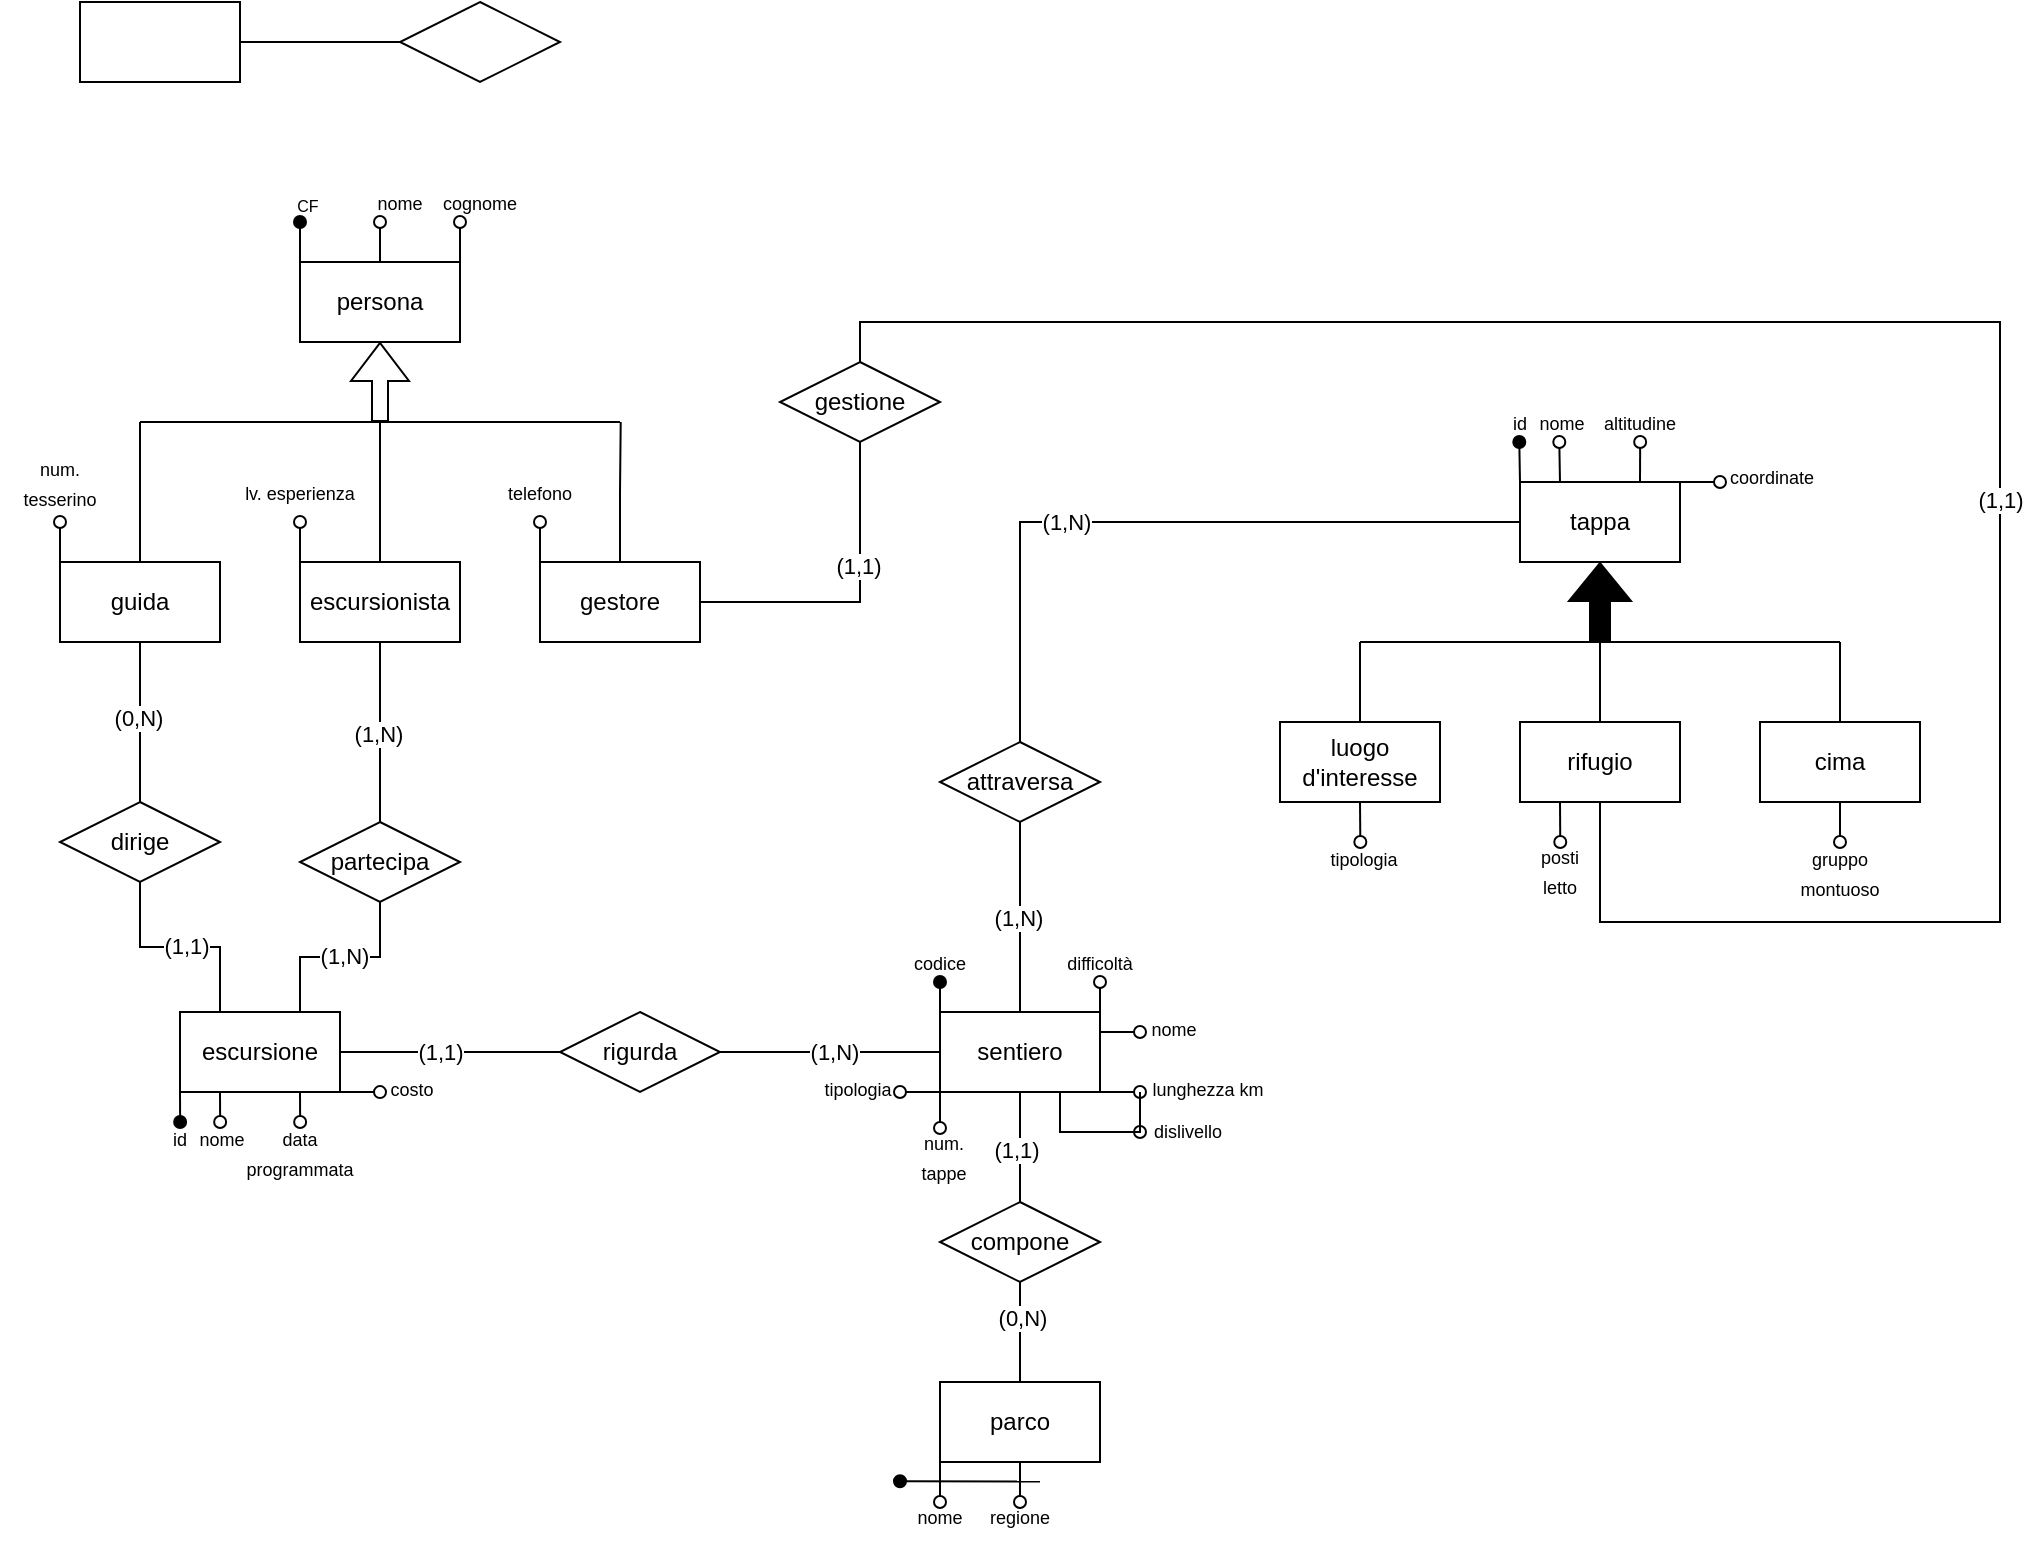
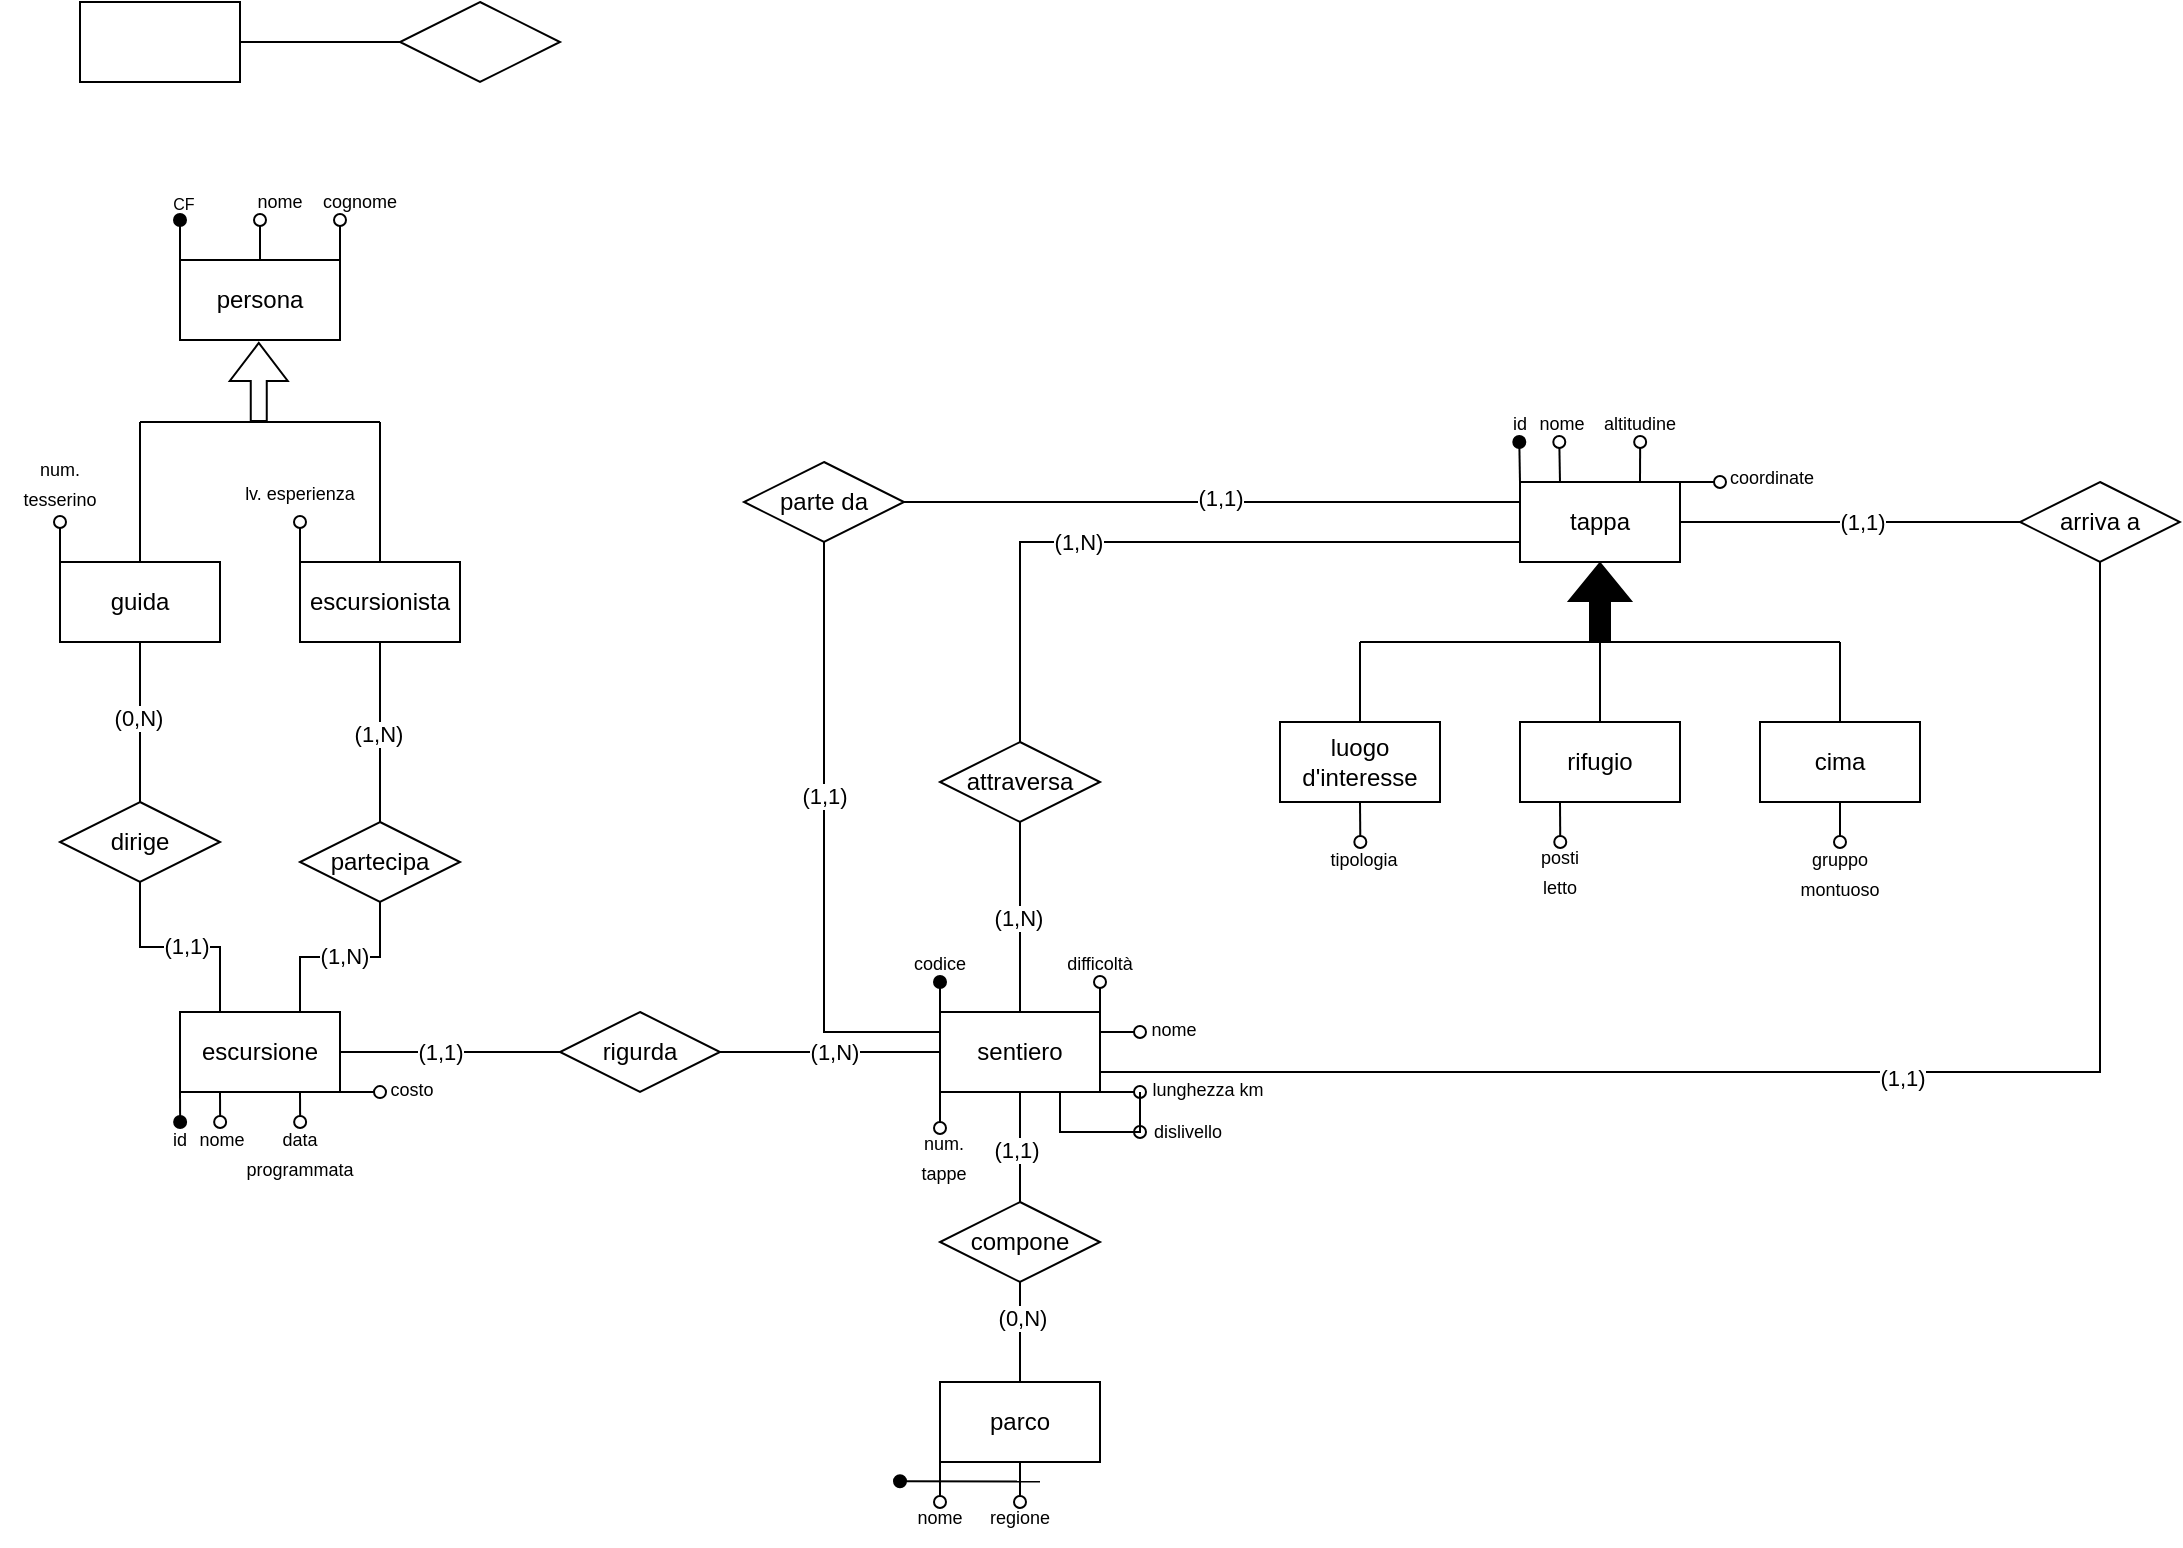
<mxfile host="app.diagrams.net">
  <diagram name="Pagina-1" id="CSESWwrJUxSe0sGHMO1a">
-     <mxGraphModel dx="1471" dy="753" grid="1" gridSize="10" guides="1" tooltips="1" connect="1" arrows="1" fold="1" page="1" pageScale="1" pageWidth="827" pageHeight="1169" math="0" shadow="0">
+     <mxGraphModel dx="1585" dy="811" grid="1" gridSize="10" guides="1" tooltips="1" connect="1" arrows="1" fold="1" page="1" pageScale="1" pageWidth="827" pageHeight="1169" math="0" shadow="0">
      <root>
        <mxCell id="0" />
        <mxCell id="1" parent="0" />
        <mxCell id="b_x4sNb3qKZ5kGKKdVE0-1" parent="1" style="rounded=0;whiteSpace=wrap;html=1;" value="" vertex="1">
          <mxGeometry height="40" width="80" x="80" y="80" as="geometry" />
        </mxCell>
        <mxCell id="b_x4sNb3qKZ5kGKKdVE0-2" parent="1" style="rhombus;whiteSpace=wrap;html=1;" value="" vertex="1">
          <mxGeometry height="40" width="80" x="240" y="80" as="geometry" />
        </mxCell>
        <mxCell id="b_x4sNb3qKZ5kGKKdVE0-3" edge="1" parent="1" source="b_x4sNb3qKZ5kGKKdVE0-1" style="endArrow=none;html=1;rounded=0;exitX=1;exitY=0.5;exitDx=0;exitDy=0;entryX=0;entryY=0.5;entryDx=0;entryDy=0;" target="b_x4sNb3qKZ5kGKKdVE0-2" value="">
          <mxGeometry height="50" relative="1" width="50" as="geometry">
            <Array as="points" />
            <mxPoint x="390" y="550" as="sourcePoint" />
            <mxPoint x="440" y="500" as="targetPoint" />
          </mxGeometry>
        </mxCell>
        <mxCell id="YPSTUEnGd_TaNEYFvyAr-14" edge="1" parent="1" source="b_x4sNb3qKZ5kGKKdVE0-4" style="edgeStyle=orthogonalEdgeStyle;rounded=0;orthogonalLoop=1;jettySize=auto;html=1;exitX=0;exitY=0;exitDx=0;exitDy=0;endArrow=oval;endFill=1;">
          <mxGeometry relative="1" as="geometry">
-             <mxPoint x="190" y="190" as="targetPoint" />
+             <mxPoint x="130" y="189" as="targetPoint" />
          </mxGeometry>
        </mxCell>
        <mxCell id="YPSTUEnGd_TaNEYFvyAr-17" edge="1" parent="1" source="b_x4sNb3qKZ5kGKKdVE0-4" style="edgeStyle=orthogonalEdgeStyle;rounded=0;orthogonalLoop=1;jettySize=auto;html=1;exitX=1;exitY=0;exitDx=0;exitDy=0;endArrow=oval;endFill=0;">
          <mxGeometry relative="1" as="geometry">
-             <mxPoint x="270" y="190" as="targetPoint" />
+             <mxPoint x="210" y="189" as="targetPoint" />
          </mxGeometry>
        </mxCell>
        <mxCell id="YPSTUEnGd_TaNEYFvyAr-18" edge="1" parent="1" source="b_x4sNb3qKZ5kGKKdVE0-4" style="edgeStyle=orthogonalEdgeStyle;rounded=0;orthogonalLoop=1;jettySize=auto;html=1;exitX=0.5;exitY=0;exitDx=0;exitDy=0;endArrow=oval;endFill=0;">
          <mxGeometry relative="1" as="geometry">
-             <mxPoint x="230" y="190" as="targetPoint" />
+             <mxPoint x="170" y="189" as="targetPoint" />
          </mxGeometry>
        </mxCell>
        <mxCell id="b_x4sNb3qKZ5kGKKdVE0-4" parent="1" style="rounded=0;whiteSpace=wrap;html=1;" value="persona" vertex="1">
-           <mxGeometry height="40" width="80" x="190" y="210" as="geometry" />
-         </mxCell>
-         <mxCell id="b_x4sNb3qKZ5kGKKdVE0-7" edge="1" parent="1" style="shape=flexArrow;endArrow=classic;html=1;rounded=0;entryX=0.5;entryY=1;entryDx=0;entryDy=0;width=8;endSize=6;" target="b_x4sNb3qKZ5kGKKdVE0-4" value="">
-           <mxGeometry height="50" relative="1" width="50" as="geometry">
-             <mxPoint x="230" y="290" as="sourcePoint" />
-             <mxPoint x="460" y="510" as="targetPoint" />
+           <mxGeometry height="40" width="80" x="130" y="209" as="geometry" />
+         </mxCell>
+         <mxCell id="b_x4sNb3qKZ5kGKKdVE0-7" edge="1" parent="1" style="shape=flexArrow;endArrow=classic;html=1;rounded=0;entryX=0.5;entryY=1;entryDx=0;entryDy=0;width=8;endSize=6;" value="">
+           <mxGeometry height="50" relative="1" width="50" as="geometry">
+             <mxPoint x="169.38" y="290" as="sourcePoint" />
+             <mxPoint x="169.38" y="250" as="targetPoint" />
          </mxGeometry>
        </mxCell>
        <mxCell id="b_x4sNb3qKZ5kGKKdVE0-8" edge="1" parent="1" style="endArrow=none;html=1;rounded=0;" value="">
          <mxGeometry height="50" relative="1" width="50" as="geometry">
            <mxPoint x="110" y="290" as="sourcePoint" />
-             <mxPoint x="350" y="290" as="targetPoint" />
+             <mxPoint x="230" y="290" as="targetPoint" />
          </mxGeometry>
        </mxCell>
        <mxCell id="b_x4sNb3qKZ5kGKKdVE0-25" edge="1" parent="1" source="b_x4sNb3qKZ5kGKKdVE0-9" style="edgeStyle=orthogonalEdgeStyle;rounded=0;orthogonalLoop=1;jettySize=auto;html=1;exitX=0.5;exitY=1;exitDx=0;exitDy=0;entryX=0.5;entryY=0;entryDx=0;entryDy=0;endArrow=none;endFill=0;" target="b_x4sNb3qKZ5kGKKdVE0-22">
          <mxGeometry relative="1" as="geometry" />
        </mxCell>
        <mxCell id="b_x4sNb3qKZ5kGKKdVE0-33" connectable="0" parent="b_x4sNb3qKZ5kGKKdVE0-25" style="edgeLabel;html=1;align=center;verticalAlign=middle;resizable=0;points=[];" value="(0,N)" vertex="1">
          <mxGeometry relative="1" x="-0.055" y="-1" as="geometry">
            <mxPoint as="offset" />
          </mxGeometry>
        </mxCell>
        <mxCell id="YPSTUEnGd_TaNEYFvyAr-23" edge="1" parent="1" source="b_x4sNb3qKZ5kGKKdVE0-9" style="edgeStyle=orthogonalEdgeStyle;rounded=0;orthogonalLoop=1;jettySize=auto;html=1;exitX=0;exitY=0;exitDx=0;exitDy=0;endArrow=oval;endFill=0;">
          <mxGeometry relative="1" as="geometry">
            <mxPoint x="70" y="340" as="targetPoint" />
          </mxGeometry>
        </mxCell>
        <mxCell id="b_x4sNb3qKZ5kGKKdVE0-9" parent="1" style="rounded=0;whiteSpace=wrap;html=1;" value="guida" vertex="1">
          <mxGeometry height="40" width="80" x="70" y="360" as="geometry" />
        </mxCell>
        <mxCell id="b_x4sNb3qKZ5kGKKdVE0-24" edge="1" parent="1" source="b_x4sNb3qKZ5kGKKdVE0-10" style="edgeStyle=orthogonalEdgeStyle;rounded=0;orthogonalLoop=1;jettySize=auto;html=1;exitX=0.5;exitY=1;exitDx=0;exitDy=0;entryX=0.5;entryY=0;entryDx=0;entryDy=0;endArrow=none;endFill=0;" target="b_x4sNb3qKZ5kGKKdVE0-23">
          <mxGeometry relative="1" as="geometry" />
        </mxCell>
        <mxCell id="b_x4sNb3qKZ5kGKKdVE0-34" connectable="0" parent="b_x4sNb3qKZ5kGKKdVE0-24" style="edgeLabel;html=1;align=center;verticalAlign=middle;resizable=0;points=[];" value="(1,N)" vertex="1">
          <mxGeometry relative="1" x="0.02" y="-1" as="geometry">
            <mxPoint as="offset" />
          </mxGeometry>
        </mxCell>
        <mxCell id="YPSTUEnGd_TaNEYFvyAr-25" edge="1" parent="1" source="b_x4sNb3qKZ5kGKKdVE0-10" style="edgeStyle=orthogonalEdgeStyle;rounded=0;orthogonalLoop=1;jettySize=auto;html=1;exitX=0;exitY=0;exitDx=0;exitDy=0;endArrow=oval;endFill=0;">
          <mxGeometry relative="1" as="geometry">
            <mxPoint x="190" y="340" as="targetPoint" />
          </mxGeometry>
        </mxCell>
        <mxCell id="b_x4sNb3qKZ5kGKKdVE0-10" parent="1" style="rounded=0;whiteSpace=wrap;html=1;" value="escursionista" vertex="1">
          <mxGeometry height="40" width="80" x="190" y="360" as="geometry" />
        </mxCell>
        <mxCell id="b_x4sNb3qKZ5kGKKdVE0-11" edge="1" parent="1" source="b_x4sNb3qKZ5kGKKdVE0-10" style="endArrow=none;html=1;rounded=0;exitX=0.5;exitY=0;exitDx=0;exitDy=0;" value="">
          <mxGeometry height="50" relative="1" width="50" as="geometry">
            <mxPoint x="440" y="590" as="sourcePoint" />
            <mxPoint x="230" y="290" as="targetPoint" />
          </mxGeometry>
        </mxCell>
        <mxCell id="b_x4sNb3qKZ5kGKKdVE0-12" edge="1" parent="1" source="b_x4sNb3qKZ5kGKKdVE0-9" style="endArrow=none;html=1;rounded=0;exitX=0.5;exitY=0;exitDx=0;exitDy=0;" value="">
          <mxGeometry height="50" relative="1" width="50" as="geometry">
            <mxPoint x="440" y="590" as="sourcePoint" />
            <mxPoint x="110" y="290" as="targetPoint" />
          </mxGeometry>
        </mxCell>
        <mxCell id="b_x4sNb3qKZ5kGKKdVE0-30" edge="1" parent="1" source="b_x4sNb3qKZ5kGKKdVE0-22" style="edgeStyle=orthogonalEdgeStyle;rounded=0;orthogonalLoop=1;jettySize=auto;html=1;exitX=0.5;exitY=1;exitDx=0;exitDy=0;entryX=0.25;entryY=0;entryDx=0;entryDy=0;endArrow=none;endFill=0;" target="b_x4sNb3qKZ5kGKKdVE0-27">
          <mxGeometry relative="1" as="geometry" />
        </mxCell>
        <mxCell id="b_x4sNb3qKZ5kGKKdVE0-32" connectable="0" parent="b_x4sNb3qKZ5kGKKdVE0-30" style="edgeLabel;html=1;align=center;verticalAlign=middle;resizable=0;points=[];" value="(1,1)" vertex="1">
          <mxGeometry relative="1" x="0.0467" y="1" as="geometry">
            <mxPoint as="offset" />
          </mxGeometry>
        </mxCell>
        <mxCell id="b_x4sNb3qKZ5kGKKdVE0-22" parent="1" style="rhombus;whiteSpace=wrap;html=1;" value="dirige" vertex="1">
          <mxGeometry height="40" width="80" x="70" y="480" as="geometry" />
        </mxCell>
        <mxCell id="b_x4sNb3qKZ5kGKKdVE0-29" edge="1" parent="1" source="b_x4sNb3qKZ5kGKKdVE0-23" style="edgeStyle=orthogonalEdgeStyle;rounded=0;orthogonalLoop=1;jettySize=auto;html=1;exitX=0.5;exitY=1;exitDx=0;exitDy=0;entryX=0.75;entryY=0;entryDx=0;entryDy=0;endArrow=none;endFill=0;" target="b_x4sNb3qKZ5kGKKdVE0-27">
          <mxGeometry relative="1" as="geometry">
            <mxPoint x="340" y="560" as="targetPoint" />
          </mxGeometry>
        </mxCell>
        <mxCell id="b_x4sNb3qKZ5kGKKdVE0-31" connectable="0" parent="b_x4sNb3qKZ5kGKKdVE0-29" style="edgeLabel;html=1;align=center;verticalAlign=middle;resizable=0;points=[];" value="(1,N)" vertex="1">
          <mxGeometry relative="1" x="-0.0467" y="-1" as="geometry">
            <mxPoint as="offset" />
          </mxGeometry>
        </mxCell>
        <mxCell id="b_x4sNb3qKZ5kGKKdVE0-23" parent="1" style="rhombus;whiteSpace=wrap;html=1;" value="partecipa" vertex="1">
          <mxGeometry height="40" width="80" x="190" y="490" as="geometry" />
        </mxCell>
        <mxCell id="b_x4sNb3qKZ5kGKKdVE0-37" edge="1" parent="1" source="b_x4sNb3qKZ5kGKKdVE0-27" style="edgeStyle=orthogonalEdgeStyle;rounded=0;orthogonalLoop=1;jettySize=auto;html=1;exitX=1;exitY=0.5;exitDx=0;exitDy=0;entryX=0;entryY=0.5;entryDx=0;entryDy=0;endArrow=none;endFill=0;" target="b_x4sNb3qKZ5kGKKdVE0-36">
          <mxGeometry relative="1" as="geometry" />
        </mxCell>
        <mxCell id="b_x4sNb3qKZ5kGKKdVE0-38" connectable="0" parent="b_x4sNb3qKZ5kGKKdVE0-37" style="edgeLabel;html=1;align=center;verticalAlign=middle;resizable=0;points=[];" value="(1,1)" vertex="1">
          <mxGeometry relative="1" x="-0.0986" as="geometry">
            <mxPoint as="offset" />
          </mxGeometry>
        </mxCell>
        <mxCell id="YPSTUEnGd_TaNEYFvyAr-58" edge="1" parent="1" source="b_x4sNb3qKZ5kGKKdVE0-27" style="edgeStyle=orthogonalEdgeStyle;rounded=0;orthogonalLoop=1;jettySize=auto;html=1;exitX=0;exitY=1;exitDx=0;exitDy=0;endArrow=oval;endFill=1;">
          <mxGeometry relative="1" as="geometry">
            <mxPoint x="130.07228915662648" y="640" as="targetPoint" />
          </mxGeometry>
        </mxCell>
        <mxCell id="YPSTUEnGd_TaNEYFvyAr-60" edge="1" parent="1" source="b_x4sNb3qKZ5kGKKdVE0-27" style="edgeStyle=orthogonalEdgeStyle;rounded=0;orthogonalLoop=1;jettySize=auto;html=1;exitX=0.25;exitY=1;exitDx=0;exitDy=0;endArrow=oval;endFill=0;">
          <mxGeometry relative="1" as="geometry">
            <mxPoint x="150.07228915662648" y="640" as="targetPoint" />
          </mxGeometry>
        </mxCell>
        <mxCell id="YPSTUEnGd_TaNEYFvyAr-62" edge="1" parent="1" source="b_x4sNb3qKZ5kGKKdVE0-27" style="edgeStyle=orthogonalEdgeStyle;rounded=0;orthogonalLoop=1;jettySize=auto;html=1;exitX=0.75;exitY=1;exitDx=0;exitDy=0;endArrow=oval;endFill=0;">
          <mxGeometry relative="1" as="geometry">
            <mxPoint x="190.07228915662648" y="640" as="targetPoint" />
          </mxGeometry>
        </mxCell>
        <mxCell id="YPSTUEnGd_TaNEYFvyAr-64" edge="1" parent="1" source="b_x4sNb3qKZ5kGKKdVE0-27" style="edgeStyle=orthogonalEdgeStyle;rounded=0;orthogonalLoop=1;jettySize=auto;html=1;exitX=1;exitY=1;exitDx=0;exitDy=0;endArrow=oval;endFill=0;">
          <mxGeometry relative="1" as="geometry">
            <mxPoint x="230" y="625.0481927710842" as="targetPoint" />
          </mxGeometry>
        </mxCell>
        <mxCell id="b_x4sNb3qKZ5kGKKdVE0-27" parent="1" style="rounded=0;whiteSpace=wrap;html=1;" value="escursione" vertex="1">
          <mxGeometry height="40" width="80" x="130" y="585" as="geometry" />
        </mxCell>
        <mxCell id="b_x4sNb3qKZ5kGKKdVE0-45" edge="1" parent="1" source="b_x4sNb3qKZ5kGKKdVE0-35" style="edgeStyle=orthogonalEdgeStyle;rounded=0;orthogonalLoop=1;jettySize=auto;html=1;endArrow=none;endFill=0;" target="b_x4sNb3qKZ5kGKKdVE0-43" value="">
          <mxGeometry relative="1" as="geometry" />
        </mxCell>
        <mxCell id="b_x4sNb3qKZ5kGKKdVE0-47" connectable="0" parent="b_x4sNb3qKZ5kGKKdVE0-45" style="edgeLabel;html=1;align=center;verticalAlign=middle;resizable=0;points=[];" value="(1,N)" vertex="1">
          <mxGeometry relative="1" x="0.005" y="1" as="geometry">
            <mxPoint as="offset" />
          </mxGeometry>
        </mxCell>
        <mxCell id="YPSTUEnGd_TaNEYFvyAr-37" edge="1" parent="1" source="b_x4sNb3qKZ5kGKKdVE0-35" style="edgeStyle=orthogonalEdgeStyle;rounded=0;orthogonalLoop=1;jettySize=auto;html=1;exitX=0;exitY=0;exitDx=0;exitDy=0;endArrow=oval;endFill=1;">
          <mxGeometry relative="1" as="geometry">
            <mxPoint x="510" y="570" as="targetPoint" />
          </mxGeometry>
        </mxCell>
        <mxCell id="YPSTUEnGd_TaNEYFvyAr-39" edge="1" parent="1" source="b_x4sNb3qKZ5kGKKdVE0-35" style="edgeStyle=orthogonalEdgeStyle;rounded=0;orthogonalLoop=1;jettySize=auto;html=1;exitX=1;exitY=0;exitDx=0;exitDy=0;endArrow=oval;endFill=0;">
          <mxGeometry relative="1" as="geometry">
            <mxPoint x="590" y="570" as="targetPoint" />
          </mxGeometry>
        </mxCell>
        <mxCell id="YPSTUEnGd_TaNEYFvyAr-41" edge="1" parent="1" source="b_x4sNb3qKZ5kGKKdVE0-35" style="edgeStyle=orthogonalEdgeStyle;rounded=0;orthogonalLoop=1;jettySize=auto;html=1;exitX=1;exitY=0.25;exitDx=0;exitDy=0;endArrow=oval;endFill=0;">
          <mxGeometry relative="1" as="geometry">
            <mxPoint x="610" y="595" as="targetPoint" />
          </mxGeometry>
        </mxCell>
        <mxCell id="YPSTUEnGd_TaNEYFvyAr-43" edge="1" parent="1" source="b_x4sNb3qKZ5kGKKdVE0-35" style="edgeStyle=orthogonalEdgeStyle;rounded=0;orthogonalLoop=1;jettySize=auto;html=1;exitX=1;exitY=1;exitDx=0;exitDy=0;endArrow=oval;endFill=0;">
          <mxGeometry relative="1" as="geometry">
            <mxPoint x="610" y="625" as="targetPoint" />
          </mxGeometry>
        </mxCell>
        <mxCell id="YPSTUEnGd_TaNEYFvyAr-46" edge="1" parent="1" source="b_x4sNb3qKZ5kGKKdVE0-35" style="edgeStyle=orthogonalEdgeStyle;rounded=0;orthogonalLoop=1;jettySize=auto;html=1;exitX=0.75;exitY=1;exitDx=0;exitDy=0;endArrow=oval;endFill=0;">
          <mxGeometry relative="1" as="geometry">
            <mxPoint x="610" y="645" as="targetPoint" />
          </mxGeometry>
        </mxCell>
-         <mxCell id="YPSTUEnGd_TaNEYFvyAr-66" edge="1" parent="1" source="b_x4sNb3qKZ5kGKKdVE0-35" style="edgeStyle=orthogonalEdgeStyle;rounded=0;orthogonalLoop=1;jettySize=auto;html=1;exitX=0;exitY=1;exitDx=0;exitDy=0;endArrow=oval;endFill=0;">
-           <mxGeometry relative="1" as="geometry">
-             <mxPoint x="490" y="625" as="targetPoint" />
-           </mxGeometry>
-         </mxCell>
        <mxCell id="YPSTUEnGd_TaNEYFvyAr-71" edge="1" parent="1" style="edgeStyle=orthogonalEdgeStyle;rounded=0;orthogonalLoop=1;jettySize=auto;html=1;exitX=0;exitY=1;exitDx=0;exitDy=0;endArrow=oval;endFill=0;">
          <mxGeometry relative="1" as="geometry">
            <mxPoint x="510" y="618" as="sourcePoint" />
            <mxPoint x="510" y="643" as="targetPoint" />
          </mxGeometry>
        </mxCell>
+         <mxCell id="YPSTUEnGd_TaNEYFvyAr-73" edge="1" parent="1" source="b_x4sNb3qKZ5kGKKdVE0-35" style="edgeStyle=orthogonalEdgeStyle;rounded=0;orthogonalLoop=1;jettySize=auto;html=1;exitX=0;exitY=0.25;exitDx=0;exitDy=0;endArrow=none;endFill=0;entryX=0.5;entryY=1;entryDx=0;entryDy=0;" target="YPSTUEnGd_TaNEYFvyAr-74">
+           <mxGeometry relative="1" as="geometry">
+             <mxPoint x="440" y="330" as="targetPoint" />
+           </mxGeometry>
+         </mxCell>
+         <mxCell id="YPSTUEnGd_TaNEYFvyAr-76" connectable="0" parent="YPSTUEnGd_TaNEYFvyAr-73" style="edgeLabel;html=1;align=center;verticalAlign=middle;resizable=0;points=[];" value="(1,1)" vertex="1">
+           <mxGeometry relative="1" x="0.1627" as="geometry">
+             <mxPoint as="offset" />
+           </mxGeometry>
+         </mxCell>
+         <mxCell id="YPSTUEnGd_TaNEYFvyAr-78" edge="1" parent="1" source="b_x4sNb3qKZ5kGKKdVE0-35" style="edgeStyle=orthogonalEdgeStyle;rounded=0;orthogonalLoop=1;jettySize=auto;html=1;exitX=1;exitY=0.75;exitDx=0;exitDy=0;entryX=0.5;entryY=1;entryDx=0;entryDy=0;endArrow=none;endFill=0;" target="YPSTUEnGd_TaNEYFvyAr-79">
+           <mxGeometry relative="1" as="geometry">
+             <mxPoint x="1100" y="615" as="targetPoint" />
+           </mxGeometry>
+         </mxCell>
+         <mxCell id="YPSTUEnGd_TaNEYFvyAr-80" connectable="0" parent="YPSTUEnGd_TaNEYFvyAr-78" style="edgeLabel;html=1;align=center;verticalAlign=middle;resizable=0;points=[];" value="(1,1)" vertex="1">
+           <mxGeometry relative="1" x="0.0624" y="-3" as="geometry">
+             <mxPoint as="offset" />
+           </mxGeometry>
+         </mxCell>
        <mxCell id="b_x4sNb3qKZ5kGKKdVE0-35" parent="1" style="rounded=0;whiteSpace=wrap;html=1;" value="sentiero" vertex="1">
          <mxGeometry height="40" width="80" x="510" y="585" as="geometry" />
        </mxCell>
        <mxCell id="b_x4sNb3qKZ5kGKKdVE0-39" edge="1" parent="1" source="b_x4sNb3qKZ5kGKKdVE0-36" style="edgeStyle=orthogonalEdgeStyle;rounded=0;orthogonalLoop=1;jettySize=auto;html=1;exitX=1;exitY=0.5;exitDx=0;exitDy=0;entryX=0;entryY=0.5;entryDx=0;entryDy=0;endArrow=none;endFill=0;" target="b_x4sNb3qKZ5kGKKdVE0-35">
          <mxGeometry relative="1" as="geometry" />
        </mxCell>
        <mxCell id="b_x4sNb3qKZ5kGKKdVE0-42" connectable="0" parent="b_x4sNb3qKZ5kGKKdVE0-39" style="edgeLabel;html=1;align=center;verticalAlign=middle;resizable=0;points=[];" value="(1,N)" vertex="1">
          <mxGeometry relative="1" x="0.0405" as="geometry">
            <mxPoint as="offset" />
          </mxGeometry>
        </mxCell>
        <mxCell id="b_x4sNb3qKZ5kGKKdVE0-36" parent="1" style="rhombus;whiteSpace=wrap;html=1;" value="rigurda" vertex="1">
          <mxGeometry height="40" width="80" x="320" y="585" as="geometry" />
        </mxCell>
-         <mxCell id="b_x4sNb3qKZ5kGKKdVE0-46" edge="1" parent="1" source="b_x4sNb3qKZ5kGKKdVE0-43" style="edgeStyle=orthogonalEdgeStyle;rounded=0;orthogonalLoop=1;jettySize=auto;html=1;exitX=0.5;exitY=0;exitDx=0;exitDy=0;entryX=0;entryY=0.5;entryDx=0;entryDy=0;endArrow=none;endFill=0;" target="b_x4sNb3qKZ5kGKKdVE0-44">
+         <mxCell id="b_x4sNb3qKZ5kGKKdVE0-46" edge="1" parent="1" source="b_x4sNb3qKZ5kGKKdVE0-43" style="edgeStyle=orthogonalEdgeStyle;rounded=0;orthogonalLoop=1;jettySize=auto;html=1;exitX=0.5;exitY=0;exitDx=0;exitDy=0;entryX=0;entryY=0.75;entryDx=0;entryDy=0;endArrow=none;endFill=0;" target="b_x4sNb3qKZ5kGKKdVE0-44">
          <mxGeometry relative="1" as="geometry" />
        </mxCell>
        <mxCell id="b_x4sNb3qKZ5kGKKdVE0-48" connectable="0" parent="b_x4sNb3qKZ5kGKKdVE0-46" style="edgeLabel;html=1;align=center;verticalAlign=middle;resizable=0;points=[];" value="(1,N)" vertex="1">
          <mxGeometry relative="1" x="-0.2644" as="geometry">
            <mxPoint as="offset" />
          </mxGeometry>
        </mxCell>
        <mxCell id="b_x4sNb3qKZ5kGKKdVE0-43" parent="1" style="rhombus;whiteSpace=wrap;html=1;" value="attraversa" vertex="1">
          <mxGeometry height="40" width="80" x="510" y="450" as="geometry" />
        </mxCell>
        <mxCell id="YPSTUEnGd_TaNEYFvyAr-48" edge="1" parent="1" source="b_x4sNb3qKZ5kGKKdVE0-44" style="edgeStyle=orthogonalEdgeStyle;rounded=0;orthogonalLoop=1;jettySize=auto;html=1;exitX=0;exitY=0;exitDx=0;exitDy=0;endArrow=oval;endFill=1;">
          <mxGeometry relative="1" as="geometry">
            <mxPoint x="799.6521739130435" y="300" as="targetPoint" />
          </mxGeometry>
        </mxCell>
        <mxCell id="YPSTUEnGd_TaNEYFvyAr-49" edge="1" parent="1" source="b_x4sNb3qKZ5kGKKdVE0-44" style="edgeStyle=orthogonalEdgeStyle;rounded=0;orthogonalLoop=1;jettySize=auto;html=1;exitX=0.25;exitY=0;exitDx=0;exitDy=0;endArrow=oval;endFill=0;">
          <mxGeometry relative="1" as="geometry">
            <mxPoint x="819.6521739130435" y="300" as="targetPoint" />
          </mxGeometry>
        </mxCell>
        <mxCell id="YPSTUEnGd_TaNEYFvyAr-52" edge="1" parent="1" source="b_x4sNb3qKZ5kGKKdVE0-44" style="edgeStyle=orthogonalEdgeStyle;rounded=0;orthogonalLoop=1;jettySize=auto;html=1;exitX=0.75;exitY=0;exitDx=0;exitDy=0;endArrow=oval;endFill=0;">
          <mxGeometry relative="1" as="geometry">
            <mxPoint x="860.0808080808081" y="300" as="targetPoint" />
          </mxGeometry>
        </mxCell>
        <mxCell id="YPSTUEnGd_TaNEYFvyAr-54" edge="1" parent="1" source="b_x4sNb3qKZ5kGKKdVE0-44" style="edgeStyle=orthogonalEdgeStyle;rounded=0;orthogonalLoop=1;jettySize=auto;html=1;exitX=1;exitY=0;exitDx=0;exitDy=0;endArrow=oval;endFill=0;">
          <mxGeometry relative="1" as="geometry">
            <mxPoint x="900" y="320.06060606060606" as="targetPoint" />
          </mxGeometry>
        </mxCell>
+         <mxCell id="YPSTUEnGd_TaNEYFvyAr-81" edge="1" parent="1" source="b_x4sNb3qKZ5kGKKdVE0-44" style="edgeStyle=orthogonalEdgeStyle;rounded=0;orthogonalLoop=1;jettySize=auto;html=1;exitX=1;exitY=0.5;exitDx=0;exitDy=0;endArrow=none;endFill=0;" target="YPSTUEnGd_TaNEYFvyAr-79">
+           <mxGeometry relative="1" as="geometry" />
+         </mxCell>
+         <mxCell id="YPSTUEnGd_TaNEYFvyAr-82" connectable="0" parent="YPSTUEnGd_TaNEYFvyAr-81" style="edgeLabel;html=1;align=center;verticalAlign=middle;resizable=0;points=[];" value="(1,1)" vertex="1">
+           <mxGeometry relative="1" x="0.0662" as="geometry">
+             <mxPoint as="offset" />
+           </mxGeometry>
+         </mxCell>
        <mxCell id="b_x4sNb3qKZ5kGKKdVE0-44" parent="1" style="rounded=0;whiteSpace=wrap;html=1;" value="tappa" vertex="1">
          <mxGeometry height="40" width="80" x="800" y="320" as="geometry" />
        </mxCell>
        <mxCell id="b_x4sNb3qKZ5kGKKdVE0-50" edge="1" parent="1" style="shape=flexArrow;endArrow=classic;html=1;rounded=0;entryX=0.5;entryY=1;entryDx=0;entryDy=0;fillColor=#000000;" target="b_x4sNb3qKZ5kGKKdVE0-44" value="">
          <mxGeometry height="50" relative="1" width="50" as="geometry">
            <mxPoint x="840" y="400" as="sourcePoint" />
            <mxPoint x="870" y="380" as="targetPoint" />
          </mxGeometry>
        </mxCell>
        <mxCell id="b_x4sNb3qKZ5kGKKdVE0-51" edge="1" parent="1" style="endArrow=none;html=1;rounded=0;" value="">
          <mxGeometry height="50" relative="1" width="50" as="geometry">
            <mxPoint x="720" y="400" as="sourcePoint" />
            <mxPoint x="960" y="400" as="targetPoint" />
          </mxGeometry>
        </mxCell>
        <mxCell id="b_x4sNb3qKZ5kGKKdVE0-52" edge="1" parent="1" source="b_x4sNb3qKZ5kGKKdVE0-63" style="endArrow=none;html=1;rounded=0;exitX=0.5;exitY=0;exitDx=0;exitDy=0;" value="">
          <mxGeometry height="50" relative="1" width="50" as="geometry">
            <mxPoint x="840" y="440" as="sourcePoint" />
            <mxPoint x="840" y="400" as="targetPoint" />
          </mxGeometry>
        </mxCell>
        <mxCell id="b_x4sNb3qKZ5kGKKdVE0-53" edge="1" parent="1" source="b_x4sNb3qKZ5kGKKdVE0-55" style="endArrow=none;html=1;rounded=0;exitX=0.5;exitY=0;exitDx=0;exitDy=0;" value="">
          <mxGeometry height="50" relative="1" width="50" as="geometry">
            <mxPoint x="780" y="420" as="sourcePoint" />
            <mxPoint x="720" y="400" as="targetPoint" />
          </mxGeometry>
        </mxCell>
        <mxCell id="b_x4sNb3qKZ5kGKKdVE0-54" edge="1" parent="1" source="b_x4sNb3qKZ5kGKKdVE0-62" style="endArrow=none;html=1;rounded=0;exitX=0.5;exitY=0;exitDx=0;exitDy=0;" value="">
          <mxGeometry height="50" relative="1" width="50" as="geometry">
            <mxPoint x="900" y="440" as="sourcePoint" />
            <mxPoint x="960" y="400" as="targetPoint" />
          </mxGeometry>
        </mxCell>
        <mxCell id="YPSTUEnGd_TaNEYFvyAr-69" edge="1" parent="1" source="b_x4sNb3qKZ5kGKKdVE0-55" style="edgeStyle=orthogonalEdgeStyle;rounded=0;orthogonalLoop=1;jettySize=auto;html=1;exitX=0.5;exitY=1;exitDx=0;exitDy=0;endArrow=oval;endFill=0;">
          <mxGeometry relative="1" as="geometry">
            <mxPoint x="720.1666666666667" y="500" as="targetPoint" />
          </mxGeometry>
        </mxCell>
        <mxCell id="b_x4sNb3qKZ5kGKKdVE0-55" parent="1" style="rounded=0;whiteSpace=wrap;html=1;" value="luogo d&#39;interesse" vertex="1">
          <mxGeometry height="40" width="80" x="680" y="440" as="geometry" />
        </mxCell>
        <mxCell id="YPSTUEnGd_TaNEYFvyAr-35" edge="1" parent="1" source="b_x4sNb3qKZ5kGKKdVE0-62" style="edgeStyle=orthogonalEdgeStyle;rounded=0;orthogonalLoop=1;jettySize=auto;html=1;exitX=0.5;exitY=1;exitDx=0;exitDy=0;endArrow=oval;endFill=0;">
          <mxGeometry relative="1" as="geometry">
            <mxPoint x="960" y="500" as="targetPoint" />
          </mxGeometry>
        </mxCell>
        <mxCell id="b_x4sNb3qKZ5kGKKdVE0-62" parent="1" style="rounded=0;whiteSpace=wrap;html=1;" value="cima" vertex="1">
          <mxGeometry height="40" width="80" x="920" y="440" as="geometry" />
        </mxCell>
        <mxCell id="YPSTUEnGd_TaNEYFvyAr-56" edge="1" parent="1" source="b_x4sNb3qKZ5kGKKdVE0-63" style="edgeStyle=orthogonalEdgeStyle;rounded=0;orthogonalLoop=1;jettySize=auto;html=1;exitX=0.25;exitY=1;exitDx=0;exitDy=0;endArrow=oval;endFill=0;">
          <mxGeometry relative="1" as="geometry">
            <mxPoint x="820.1304347826087" y="499.9999999999999" as="targetPoint" />
          </mxGeometry>
        </mxCell>
        <mxCell id="b_x4sNb3qKZ5kGKKdVE0-63" parent="1" style="rounded=0;whiteSpace=wrap;html=1;" value="rifugio" vertex="1">
          <mxGeometry height="40" width="80" x="800" y="440" as="geometry" />
        </mxCell>
        <mxCell id="YPSTUEnGd_TaNEYFvyAr-29" edge="1" parent="1" source="b_x4sNb3qKZ5kGKKdVE0-64" style="edgeStyle=orthogonalEdgeStyle;rounded=0;orthogonalLoop=1;jettySize=auto;html=1;exitX=0;exitY=1;exitDx=0;exitDy=0;endArrow=oval;endFill=0;">
          <mxGeometry relative="1" as="geometry">
            <mxPoint x="510" y="830" as="targetPoint" />
          </mxGeometry>
        </mxCell>
        <mxCell id="YPSTUEnGd_TaNEYFvyAr-31" edge="1" parent="1" source="b_x4sNb3qKZ5kGKKdVE0-64" style="edgeStyle=orthogonalEdgeStyle;rounded=0;orthogonalLoop=1;jettySize=auto;html=1;exitX=0.5;exitY=1;exitDx=0;exitDy=0;endArrow=oval;endFill=0;">
          <mxGeometry relative="1" as="geometry">
            <mxPoint x="550" y="830" as="targetPoint" />
          </mxGeometry>
        </mxCell>
        <mxCell id="b_x4sNb3qKZ5kGKKdVE0-64" parent="1" style="rounded=0;whiteSpace=wrap;html=1;" value="parco" vertex="1">
          <mxGeometry height="40" width="80" x="510" y="770" as="geometry" />
        </mxCell>
        <mxCell id="b_x4sNb3qKZ5kGKKdVE0-67" edge="1" parent="1" source="b_x4sNb3qKZ5kGKKdVE0-66" style="edgeStyle=orthogonalEdgeStyle;rounded=0;orthogonalLoop=1;jettySize=auto;html=1;exitX=0.5;exitY=1;exitDx=0;exitDy=0;entryX=0.5;entryY=0;entryDx=0;entryDy=0;endArrow=none;endFill=0;" target="b_x4sNb3qKZ5kGKKdVE0-64">
          <mxGeometry relative="1" as="geometry" />
        </mxCell>
        <mxCell id="b_x4sNb3qKZ5kGKKdVE0-71" connectable="0" parent="b_x4sNb3qKZ5kGKKdVE0-67" style="edgeLabel;html=1;align=center;verticalAlign=middle;resizable=0;points=[];" value="(0,N)" vertex="1">
          <mxGeometry relative="1" x="-0.2999" y="1" as="geometry">
            <mxPoint as="offset" />
          </mxGeometry>
        </mxCell>
        <mxCell id="b_x4sNb3qKZ5kGKKdVE0-68" edge="1" parent="1" source="b_x4sNb3qKZ5kGKKdVE0-66" style="edgeStyle=orthogonalEdgeStyle;rounded=0;orthogonalLoop=1;jettySize=auto;html=1;exitX=0.5;exitY=0;exitDx=0;exitDy=0;entryX=0.5;entryY=1;entryDx=0;entryDy=0;endArrow=none;endFill=0;" target="b_x4sNb3qKZ5kGKKdVE0-35">
          <mxGeometry relative="1" as="geometry" />
        </mxCell>
        <mxCell id="b_x4sNb3qKZ5kGKKdVE0-69" connectable="0" parent="b_x4sNb3qKZ5kGKKdVE0-68" style="edgeLabel;html=1;align=center;verticalAlign=middle;resizable=0;points=[];" value="(1,1)" vertex="1">
          <mxGeometry relative="1" x="-0.0572" y="2" as="geometry">
            <mxPoint as="offset" />
          </mxGeometry>
        </mxCell>
        <mxCell id="b_x4sNb3qKZ5kGKKdVE0-66" parent="1" style="rhombus;whiteSpace=wrap;html=1;" value="compone" vertex="1">
          <mxGeometry height="40" width="80" x="510" y="680" as="geometry" />
        </mxCell>
-         <mxCell id="YPSTUEnGd_TaNEYFvyAr-13" edge="1" parent="1" source="YPSTUEnGd_TaNEYFvyAr-2" style="edgeStyle=orthogonalEdgeStyle;rounded=0;orthogonalLoop=1;jettySize=auto;html=1;exitX=0.5;exitY=0;exitDx=0;exitDy=0;endArrow=none;endFill=0;">
-           <mxGeometry relative="1" as="geometry">
-             <mxPoint x="350.3529411764707" y="290" as="targetPoint" />
-           </mxGeometry>
-         </mxCell>
-         <mxCell id="YPSTUEnGd_TaNEYFvyAr-27" edge="1" parent="1" source="YPSTUEnGd_TaNEYFvyAr-2" style="edgeStyle=orthogonalEdgeStyle;rounded=0;orthogonalLoop=1;jettySize=auto;html=1;exitX=0;exitY=0;exitDx=0;exitDy=0;endArrow=oval;endFill=0;">
-           <mxGeometry relative="1" as="geometry">
-             <mxPoint x="310" y="340" as="targetPoint" />
-           </mxGeometry>
-         </mxCell>
-         <mxCell id="YPSTUEnGd_TaNEYFvyAr-2" parent="1" style="rounded=0;whiteSpace=wrap;html=1;" value="gestore" vertex="1">
-           <mxGeometry height="40" width="80" x="310" y="360" as="geometry" />
-         </mxCell>
-         <mxCell id="YPSTUEnGd_TaNEYFvyAr-5" edge="1" parent="1" source="YPSTUEnGd_TaNEYFvyAr-3" style="edgeStyle=orthogonalEdgeStyle;rounded=0;orthogonalLoop=1;jettySize=auto;html=1;exitX=0.5;exitY=0;exitDx=0;exitDy=0;entryX=0.5;entryY=1;entryDx=0;entryDy=0;endArrow=none;endFill=0;" target="b_x4sNb3qKZ5kGKKdVE0-63">
-           <mxGeometry relative="1" as="geometry">
-             <Array as="points">
-               <mxPoint x="470" y="240" />
-               <mxPoint x="1040" y="240" />
-               <mxPoint x="1040" y="540" />
-               <mxPoint x="840" y="540" />
-             </Array>
-           </mxGeometry>
-         </mxCell>
-         <mxCell id="YPSTUEnGd_TaNEYFvyAr-7" connectable="0" parent="YPSTUEnGd_TaNEYFvyAr-5" style="edgeLabel;html=1;align=center;verticalAlign=middle;resizable=0;points=[];" value="(1,1)" vertex="1">
-           <mxGeometry relative="1" x="0.18" as="geometry">
-             <mxPoint as="offset" />
-           </mxGeometry>
-         </mxCell>
-         <mxCell id="YPSTUEnGd_TaNEYFvyAr-3" parent="1" style="rhombus;whiteSpace=wrap;html=1;" value="gestione" vertex="1">
-           <mxGeometry height="40" width="80" x="430" y="260" as="geometry" />
-         </mxCell>
-         <mxCell id="YPSTUEnGd_TaNEYFvyAr-4" edge="1" parent="1" source="YPSTUEnGd_TaNEYFvyAr-2" style="endArrow=none;html=1;rounded=0;entryX=0.5;entryY=1;entryDx=0;entryDy=0;exitX=1;exitY=0.5;exitDx=0;exitDy=0;" target="YPSTUEnGd_TaNEYFvyAr-3" value="">
-           <mxGeometry height="50" relative="1" width="50" as="geometry">
-             <Array as="points">
-               <mxPoint x="470" y="380" />
-             </Array>
-             <mxPoint x="850" y="570" as="sourcePoint" />
-             <mxPoint x="1160" y="1020" as="targetPoint" />
-           </mxGeometry>
-         </mxCell>
-         <mxCell id="YPSTUEnGd_TaNEYFvyAr-6" connectable="0" parent="YPSTUEnGd_TaNEYFvyAr-4" style="edgeLabel;html=1;align=center;verticalAlign=middle;resizable=0;points=[];" value="(1,1)" vertex="1">
-           <mxGeometry relative="1" x="0.23" y="1" as="geometry">
-             <mxPoint as="offset" />
-           </mxGeometry>
-         </mxCell>
        <mxCell id="YPSTUEnGd_TaNEYFvyAr-15" parent="1" style="text;html=1;whiteSpace=wrap;strokeColor=none;fillColor=none;align=center;verticalAlign=middle;rounded=0;fontSize=8;" value="CF" vertex="1">
-           <mxGeometry height="20" width="40" x="174" y="171.5" as="geometry" />
+           <mxGeometry height="20" width="40" x="112" y="170.5" as="geometry" />
        </mxCell>
        <mxCell id="YPSTUEnGd_TaNEYFvyAr-19" parent="1" style="text;html=1;whiteSpace=wrap;strokeColor=none;fillColor=none;align=center;verticalAlign=middle;rounded=0;" value="&lt;font style=&quot;font-size: 9px;&quot;&gt;nome&lt;/font&gt;" vertex="1">
-           <mxGeometry height="20" width="40" x="220" y="170" as="geometry" />
+           <mxGeometry height="20" width="40" x="160" y="169" as="geometry" />
        </mxCell>
        <mxCell id="YPSTUEnGd_TaNEYFvyAr-20" parent="1" style="text;html=1;whiteSpace=wrap;strokeColor=none;fillColor=none;align=center;verticalAlign=middle;rounded=0;" value="&lt;font style=&quot;font-size: 9px;&quot;&gt;cognome&lt;/font&gt;" vertex="1">
-           <mxGeometry height="15" width="40" x="260" y="172.5" as="geometry" />
+           <mxGeometry height="15" width="40" x="200" y="171.5" as="geometry" />
        </mxCell>
        <mxCell id="YPSTUEnGd_TaNEYFvyAr-24" parent="1" style="text;html=1;whiteSpace=wrap;strokeColor=none;fillColor=none;align=center;verticalAlign=middle;rounded=0;" value="&lt;font style=&quot;font-size: 9px;&quot;&gt;num. tesserino&lt;/font&gt;" vertex="1">
          <mxGeometry height="20" width="60" x="40" y="310" as="geometry" />
        </mxCell>
        <mxCell id="YPSTUEnGd_TaNEYFvyAr-26" parent="1" style="text;html=1;whiteSpace=wrap;strokeColor=none;fillColor=none;align=center;verticalAlign=middle;rounded=0;" value="&lt;font style=&quot;font-size: 9px;&quot;&gt;lv. esperienza&lt;/font&gt;" vertex="1">
          <mxGeometry height="30" width="60" x="160" y="310" as="geometry" />
        </mxCell>
-         <mxCell id="YPSTUEnGd_TaNEYFvyAr-28" parent="1" style="text;html=1;whiteSpace=wrap;strokeColor=none;fillColor=none;align=center;verticalAlign=middle;rounded=0;" value="&lt;font style=&quot;font-size: 9px;&quot;&gt;telefono&lt;/font&gt;" vertex="1">
-           <mxGeometry height="30" width="60" x="280" y="310" as="geometry" />
-         </mxCell>
        <mxCell id="YPSTUEnGd_TaNEYFvyAr-30" parent="1" style="text;html=1;whiteSpace=wrap;strokeColor=none;fillColor=none;align=center;verticalAlign=middle;rounded=0;" value="&lt;font style=&quot;font-size: 9px;&quot;&gt;nome&lt;/font&gt;" vertex="1">
          <mxGeometry height="30" width="60" x="480" y="822" as="geometry" />
        </mxCell>
        <mxCell id="YPSTUEnGd_TaNEYFvyAr-32" parent="1" style="text;html=1;whiteSpace=wrap;strokeColor=none;fillColor=none;align=center;verticalAlign=middle;rounded=0;" value="&lt;font style=&quot;font-size: 9px;&quot;&gt;regione&lt;/font&gt;" vertex="1">
          <mxGeometry height="30" width="60" x="520" y="822" as="geometry" />
        </mxCell>
        <mxCell id="YPSTUEnGd_TaNEYFvyAr-34" edge="1" parent="1" style="endArrow=none;html=1;rounded=0;startArrow=oval;startFill=1;" value="">
          <mxGeometry height="50" relative="1" width="50" as="geometry">
            <mxPoint x="490" y="819.5999999999999" as="sourcePoint" />
            <mxPoint x="560" y="819.8" as="targetPoint" />
          </mxGeometry>
        </mxCell>
        <mxCell id="YPSTUEnGd_TaNEYFvyAr-36" parent="1" style="text;html=1;whiteSpace=wrap;strokeColor=none;fillColor=none;align=center;verticalAlign=middle;rounded=0;" value="&lt;font style=&quot;font-size: 9px;&quot;&gt;gruppo montuoso&lt;/font&gt;" vertex="1">
          <mxGeometry height="30" width="60" x="930" y="500" as="geometry" />
        </mxCell>
        <mxCell id="YPSTUEnGd_TaNEYFvyAr-38" parent="1" style="text;html=1;whiteSpace=wrap;strokeColor=none;fillColor=none;align=center;verticalAlign=middle;rounded=0;" value="&lt;font style=&quot;font-size: 9px;&quot;&gt;codice&lt;/font&gt;" vertex="1">
          <mxGeometry height="20" width="40" x="490" y="550" as="geometry" />
        </mxCell>
        <mxCell id="YPSTUEnGd_TaNEYFvyAr-40" parent="1" style="text;html=1;whiteSpace=wrap;strokeColor=none;fillColor=none;align=center;verticalAlign=middle;rounded=0;" value="&lt;font style=&quot;font-size: 9px;&quot;&gt;difficoltà&lt;/font&gt;" vertex="1">
          <mxGeometry height="20" width="60" x="560" y="550" as="geometry" />
        </mxCell>
        <mxCell id="YPSTUEnGd_TaNEYFvyAr-42" parent="1" style="text;html=1;whiteSpace=wrap;strokeColor=none;fillColor=none;align=center;verticalAlign=middle;rounded=0;" value="&lt;font style=&quot;font-size: 9px;&quot;&gt;nome&lt;/font&gt;" vertex="1">
          <mxGeometry height="20" width="40" x="607" y="583" as="geometry" />
        </mxCell>
        <mxCell id="YPSTUEnGd_TaNEYFvyAr-44" parent="1" style="text;html=1;whiteSpace=wrap;strokeColor=none;fillColor=none;align=center;verticalAlign=middle;rounded=0;" value="&lt;font style=&quot;font-size: 9px;&quot;&gt;lunghezza km&lt;/font&gt;" vertex="1">
          <mxGeometry height="20" width="60" x="614" y="613" as="geometry" />
        </mxCell>
        <mxCell id="YPSTUEnGd_TaNEYFvyAr-47" parent="1" style="text;html=1;whiteSpace=wrap;strokeColor=none;fillColor=none;align=center;verticalAlign=middle;rounded=0;" value="&lt;font style=&quot;font-size: 9px;&quot;&gt;dislivello&lt;/font&gt;" vertex="1">
          <mxGeometry height="30" width="60" x="604" y="629" as="geometry" />
        </mxCell>
        <mxCell id="YPSTUEnGd_TaNEYFvyAr-50" parent="1" style="text;html=1;whiteSpace=wrap;strokeColor=none;fillColor=none;align=center;verticalAlign=middle;rounded=0;" value="&lt;font style=&quot;font-size: 9px;&quot;&gt;id&lt;/font&gt;" vertex="1">
          <mxGeometry height="30" width="20" x="790" y="275" as="geometry" />
        </mxCell>
        <mxCell id="YPSTUEnGd_TaNEYFvyAr-51" parent="1" style="text;html=1;whiteSpace=wrap;strokeColor=none;fillColor=none;align=center;verticalAlign=middle;rounded=0;" value="&lt;font style=&quot;font-size: 9px;&quot;&gt;nome&lt;/font&gt;" vertex="1">
          <mxGeometry height="30" width="30" x="806" y="275" as="geometry" />
        </mxCell>
        <mxCell id="YPSTUEnGd_TaNEYFvyAr-53" parent="1" style="text;html=1;whiteSpace=wrap;strokeColor=none;fillColor=none;align=center;verticalAlign=middle;rounded=0;" value="&lt;font style=&quot;font-size: 9px;&quot;&gt;altitudine&lt;/font&gt;" vertex="1">
          <mxGeometry height="30" width="40" x="840" y="275" as="geometry" />
        </mxCell>
        <mxCell id="YPSTUEnGd_TaNEYFvyAr-55" parent="1" style="text;html=1;whiteSpace=wrap;strokeColor=none;fillColor=none;align=center;verticalAlign=middle;rounded=0;" value="&lt;font style=&quot;font-size: 9px;&quot;&gt;coordinate&lt;/font&gt;" vertex="1">
          <mxGeometry height="30" width="40" x="906" y="302" as="geometry" />
        </mxCell>
        <mxCell id="YPSTUEnGd_TaNEYFvyAr-57" parent="1" style="text;html=1;whiteSpace=wrap;strokeColor=none;fillColor=none;align=center;verticalAlign=middle;rounded=0;" value="&lt;font style=&quot;font-size: 9px;&quot;&gt;posti letto&lt;/font&gt;" vertex="1">
          <mxGeometry height="30" width="40" x="800" y="499" as="geometry" />
        </mxCell>
        <mxCell id="YPSTUEnGd_TaNEYFvyAr-59" parent="1" style="text;html=1;whiteSpace=wrap;strokeColor=none;fillColor=none;align=center;verticalAlign=middle;rounded=0;" value="&lt;font style=&quot;font-size: 9px;&quot;&gt;id&lt;/font&gt;" vertex="1">
          <mxGeometry height="20" width="30" x="115" y="638" as="geometry" />
        </mxCell>
        <mxCell id="YPSTUEnGd_TaNEYFvyAr-61" parent="1" style="text;html=1;whiteSpace=wrap;strokeColor=none;fillColor=none;align=center;verticalAlign=middle;rounded=0;" value="&lt;font style=&quot;font-size: 9px;&quot;&gt;nome&lt;/font&gt;" vertex="1">
          <mxGeometry height="10" width="30" x="136" y="643" as="geometry" />
        </mxCell>
        <mxCell id="YPSTUEnGd_TaNEYFvyAr-63" parent="1" style="text;html=1;whiteSpace=wrap;strokeColor=none;fillColor=none;align=center;verticalAlign=middle;rounded=0;" value="&lt;font style=&quot;font-size: 9px;&quot;&gt;data programmata&lt;/font&gt;" vertex="1">
          <mxGeometry height="30" width="60" x="160" y="640" as="geometry" />
        </mxCell>
        <mxCell id="YPSTUEnGd_TaNEYFvyAr-65" parent="1" style="text;html=1;whiteSpace=wrap;strokeColor=none;fillColor=none;align=center;verticalAlign=middle;rounded=0;" value="&lt;font style=&quot;font-size: 9px;&quot;&gt;costo&lt;/font&gt;" vertex="1">
          <mxGeometry height="10" width="30" x="231" y="618" as="geometry" />
        </mxCell>
-         <mxCell id="YPSTUEnGd_TaNEYFvyAr-67" parent="1" style="text;html=1;whiteSpace=wrap;strokeColor=none;fillColor=none;align=center;verticalAlign=middle;rounded=0;" value="&lt;font style=&quot;font-size: 9px;&quot;&gt;tipologia&lt;/font&gt;" vertex="1">
-           <mxGeometry height="20" width="40" x="449" y="613" as="geometry" />
-         </mxCell>
        <mxCell id="YPSTUEnGd_TaNEYFvyAr-70" parent="1" style="text;html=1;whiteSpace=wrap;strokeColor=none;fillColor=none;align=center;verticalAlign=middle;rounded=0;" value="&lt;font style=&quot;font-size: 9px;&quot;&gt;tipologia&lt;/font&gt;" vertex="1">
          <mxGeometry height="30" width="60" x="692" y="493" as="geometry" />
        </mxCell>
        <mxCell id="YPSTUEnGd_TaNEYFvyAr-72" parent="1" style="text;html=1;whiteSpace=wrap;strokeColor=none;fillColor=none;align=center;verticalAlign=middle;rounded=0;" value="&lt;font style=&quot;font-size: 9px;&quot;&gt;num. tappe&lt;/font&gt;" vertex="1">
          <mxGeometry height="30" width="40" x="492" y="642" as="geometry" />
+         </mxCell>
+         <mxCell id="YPSTUEnGd_TaNEYFvyAr-75" edge="1" parent="1" source="YPSTUEnGd_TaNEYFvyAr-74" style="edgeStyle=orthogonalEdgeStyle;rounded=0;orthogonalLoop=1;jettySize=auto;html=1;exitX=1;exitY=0.5;exitDx=0;exitDy=0;entryX=0;entryY=0.25;entryDx=0;entryDy=0;endArrow=none;endFill=0;" target="b_x4sNb3qKZ5kGKKdVE0-44">
+           <mxGeometry relative="1" as="geometry">
+             <Array as="points">
+               <mxPoint x="492" y="330" />
+             </Array>
+           </mxGeometry>
+         </mxCell>
+         <mxCell id="YPSTUEnGd_TaNEYFvyAr-77" connectable="0" parent="YPSTUEnGd_TaNEYFvyAr-75" style="edgeLabel;html=1;align=center;verticalAlign=middle;resizable=0;points=[];" value="(1,1)" vertex="1">
+           <mxGeometry relative="1" x="0.0243" y="2" as="geometry">
+             <mxPoint as="offset" />
+           </mxGeometry>
+         </mxCell>
+         <mxCell id="YPSTUEnGd_TaNEYFvyAr-74" parent="1" style="rhombus;whiteSpace=wrap;html=1;" value="parte da" vertex="1">
+           <mxGeometry height="40" width="80" x="412" y="310" as="geometry" />
+         </mxCell>
+         <mxCell id="YPSTUEnGd_TaNEYFvyAr-79" parent="1" style="rhombus;whiteSpace=wrap;html=1;" value="arriva a" vertex="1">
+           <mxGeometry height="40" width="80" x="1050" y="320" as="geometry" />
        </mxCell>
      </root>
    </mxGraphModel>
  </diagram>
</mxfile>
